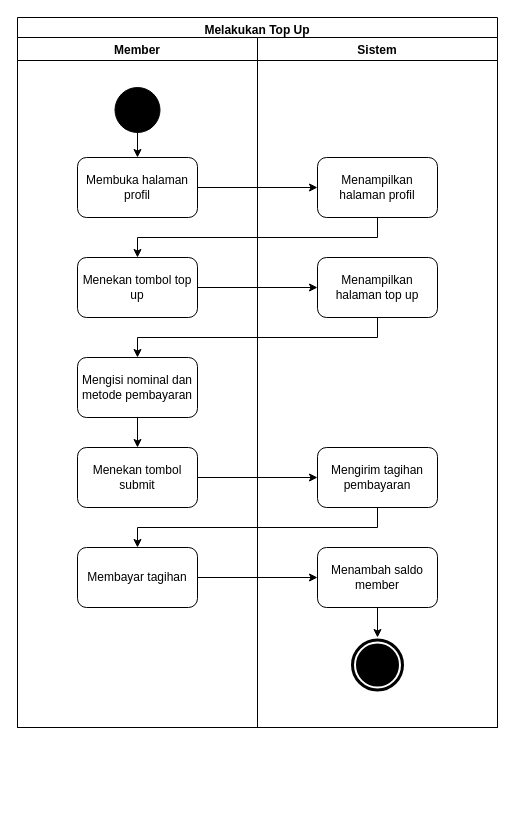
Earlier version of the draw.io diagram Diagram/Activity Diagram/14. melakukan withdrawal.drawio (techie-jhs/thesis). Source tidied: cells renumbered, new cells numbered last; positions are measured from the earlier drawing's top-left corner, leaving out a move shared by most shapes. Both pictures are drawn from the tidied source at 100%, with x=0, y=0 at pixel (17, 17).
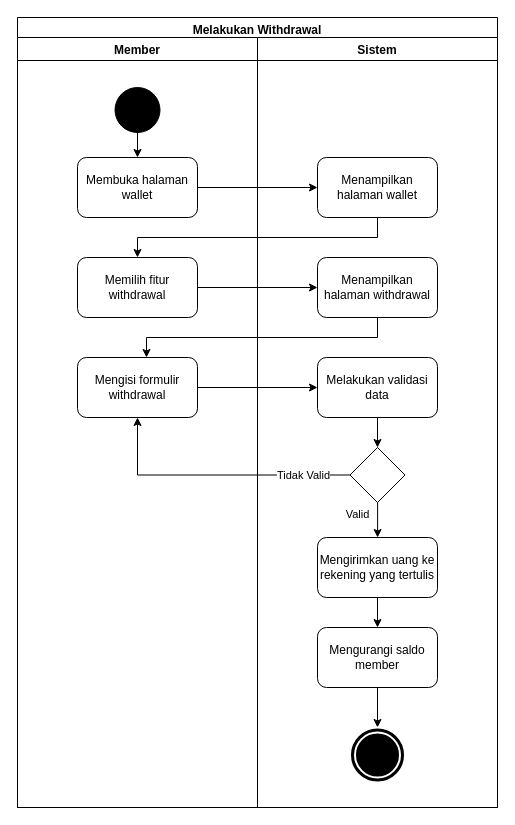
After the change.

Change to the diagram source:
```diff
@@
-    <mxCell id="2" value="Melakukan Top Up" style="swimlane;fillColor=none;" parent="1" vertex="1">
-      <mxGeometry width="480" height="710" as="geometry" />
+    <mxCell id="2" value="Melakukan Withdrawal" style="swimlane;fillColor=none;" parent="1" vertex="1">
+      <mxGeometry width="480" height="790" as="geometry" />
     </mxCell>
     <mxCell id="3" value="Member" style="swimlane;" parent="2" vertex="1">
-      <mxGeometry y="20" width="240" height="690" as="geometry" />
+      <mxGeometry y="20" width="240" height="770" as="geometry" />
     </mxCell>
@@
-    <mxCell id="6" value="Membuka halaman profil" style="rounded=1;whiteSpace=wrap;html=1;fillColor=none;" parent="3" vertex="1">
+    <mxCell id="6" value="Membuka halaman wallet" style="rounded=1;whiteSpace=wrap;html=1;fillColor=none;" parent="3" vertex="1">
       <mxGeometry x="60" y="120" width="120" height="60" as="geometry" />
     </mxCell>
-    <mxCell id="7" value="Menekan tombol top up" style="rounded=1;whiteSpace=wrap;html=1;fillColor=none;" parent="3" vertex="1">
+    <mxCell id="7" value="Memilih fitur withdrawal" style="rounded=1;whiteSpace=wrap;html=1;fillColor=none;" parent="3" vertex="1">
       <mxGeometry x="60" y="220" width="120" height="60" as="geometry" />
     </mxCell>
-    <mxCell id="8" style="edgeStyle=orthogonalEdgeStyle;rounded=0;jettySize=auto;html=1;" parent="3" edge="1" source="9" target="10">
-      <mxGeometry relative="1" as="geometry" />
-    </mxCell>
-    <mxCell id="9" value="Mengisi nominal dan metode pembayaran" style="rounded=1;whiteSpace=wrap;html=1;fillColor=none;" parent="3" vertex="1">
-      <mxGeometry x="60" y="320" width="120" height="60" as="geometry" />
-    </mxCell>
-    <mxCell id="10" value="Menekan tombol submit" style="rounded=1;whiteSpace=wrap;html=1;fillColor=none;" parent="3" vertex="1">
-      <mxGeometry x="60" y="410" width="120" height="60" as="geometry" />
-    </mxCell>
-    <mxCell id="11" value="Membayar tagihan" style="rounded=1;whiteSpace=wrap;html=1;fillColor=none;" parent="3" vertex="1">
-      <mxGeometry x="60" y="510" width="120" height="60" as="geometry" />
-    </mxCell>
+    <mxCell id="26" value="Mengisi formulir withdrawal" style="rounded=1;whiteSpace=wrap;html=1;fillColor=none;" parent="3" vertex="1">
+      <mxGeometry x="60" y="320" width="120" height="60" as="geometry" />
+    </mxCell>
     <mxCell id="12" value="Sistem" style="swimlane;" parent="2" vertex="1">
-      <mxGeometry x="240" y="20" width="240" height="690" as="geometry" />
+      <mxGeometry x="240" y="20" width="240" height="770" as="geometry" />
     </mxCell>
-    <mxCell id="13" value="Menampilkan halaman profil" style="rounded=1;whiteSpace=wrap;html=1;fillColor=none;" parent="12" vertex="1">
+    <mxCell id="13" value="Menampilkan halaman wallet" style="rounded=1;whiteSpace=wrap;html=1;fillColor=none;" parent="12" vertex="1">
       <mxGeometry x="60" y="120" width="120" height="60" as="geometry" />
     </mxCell>
-    <mxCell id="14" value="Mengirim tagihan pembayaran" style="rounded=1;whiteSpace=wrap;html=1;fillColor=none;" parent="12" vertex="1">
-      <mxGeometry x="60" y="410" width="120" height="60" as="geometry" />
-    </mxCell>
+    <mxCell id="16" value="Menampilkan halaman withdrawal" style="rounded=1;whiteSpace=wrap;html=1;fillColor=none;" parent="12" vertex="1">
+      <mxGeometry x="60" y="220" width="120" height="60" as="geometry" />
+    </mxCell>
+    <mxCell id="27" value="Melakukan validasi data" style="rounded=1;whiteSpace=wrap;html=1;fillColor=none;" parent="12" vertex="1">
+      <mxGeometry x="60" y="320" width="120" height="60" as="geometry" />
+    </mxCell>
+    <mxCell id="28" value="Valid" style="edgeStyle=orthogonalEdgeStyle;rounded=0;orthogonalLoop=1;jettySize=auto;html=1;" parent="12" edge="1">
+      <mxGeometry x="-0.33" y="-20" relative="1" as="geometry">
+        <mxPoint x="120.1" y="464.9" as="sourcePoint" />
+        <mxPoint x="120.1" y="500" as="targetPoint" />
+      </mxGeometry>
+    </mxCell>
+    <mxCell id="29" style="rhombus;whiteSpace=wrap;html=1;fillColor=none;" parent="12" vertex="1">
+      <mxGeometry x="92.5" y="410" width="55" height="55" as="geometry" />
+    </mxCell>
+    <mxCell id="30" style="edgeStyle=orthogonalEdgeStyle;rounded=0;jettySize=auto;html=1;" parent="12" edge="1" source="31" target="34">
+      <mxGeometry relative="1" as="geometry" />
+    </mxCell>
+    <mxCell id="31" value="Mengirimkan uang ke rekening yang tertulis" style="rounded=1;whiteSpace=wrap;html=1;fillColor=none;" parent="12" vertex="1">
+      <mxGeometry x="60" y="500" width="120" height="60" as="geometry" />
+    </mxCell>
+    <mxCell id="32" style="edgeStyle=orthogonalEdgeStyle;rounded=0;jettySize=auto;html=1;" parent="12" edge="1" source="27" target="29">
+      <mxGeometry relative="1" as="geometry" />
+    </mxCell>
+    <mxCell id="33" style="edgeStyle=orthogonalEdgeStyle;rounded=0;jettySize=auto;html=1;" parent="12" edge="1" source="34" target="15">
+      <mxGeometry relative="1" as="geometry" />
+    </mxCell>
+    <mxCell id="34" value="Mengurangi saldo member" style="rounded=1;whiteSpace=wrap;html=1;fillColor=none;" parent="12" vertex="1">
+      <mxGeometry x="60" y="590" width="120" height="60" as="geometry" />
+    </mxCell>
     <mxCell id="15" style="ellipse;shape=doubleEllipse;whiteSpace=wrap;html=1;fillColor=#000000;strokeColor=#FFFFFF;strokeWidth=2;" parent="12" vertex="1">
-      <mxGeometry x="92.5" y="600" width="55" height="55" as="geometry" />
+      <mxGeometry x="92.5" y="690" width="55" height="55" as="geometry" />
     </mxCell>
-    <mxCell id="16" value="Menampilkan halaman top up" style="rounded=1;whiteSpace=wrap;html=1;fillColor=none;" parent="12" vertex="1">
-      <mxGeometry x="60" y="220" width="120" height="60" as="geometry" />
-    </mxCell>
-    <mxCell id="17" style="edgeStyle=orthogonalEdgeStyle;rounded=0;jettySize=auto;html=1;" parent="12" edge="1" source="18" target="15">
-      <mxGeometry relative="1" as="geometry" />
-    </mxCell>
-    <mxCell id="18" value="Menambah saldo member" style="rounded=1;whiteSpace=wrap;html=1;fillColor=none;" parent="12" vertex="1">
-      <mxGeometry x="60" y="510" width="120" height="60" as="geometry" />
-    </mxCell>
@@
-    <mxCell id="22" style="edgeStyle=orthogonalEdgeStyle;rounded=0;jettySize=auto;html=1;" parent="2" edge="1" source="16" target="9">
-      <mxGeometry relative="1" as="geometry">
-        <Array as="points">
-          <mxPoint x="360" y="320" />
-          <mxPoint x="120" y="320" />
-        </Array>
-      </mxGeometry>
-    </mxCell>
-    <mxCell id="23" style="edgeStyle=orthogonalEdgeStyle;rounded=0;jettySize=auto;html=1;" parent="2" edge="1" source="10" target="14">
-      <mxGeometry relative="1" as="geometry" />
-    </mxCell>
-    <mxCell id="24" style="edgeStyle=orthogonalEdgeStyle;rounded=0;jettySize=auto;html=1;" parent="2" edge="1" source="14" target="11">
-      <mxGeometry relative="1" as="geometry">
-        <Array as="points">
-          <mxPoint x="360" y="510" />
-          <mxPoint x="120" y="510" />
-        </Array>
-      </mxGeometry>
-    </mxCell>
-    <mxCell id="25" style="edgeStyle=orthogonalEdgeStyle;rounded=0;jettySize=auto;html=1;" parent="2" edge="1" source="11" target="18">
-      <mxGeometry relative="1" as="geometry" />
-    </mxCell>
+    <mxCell id="35" style="edgeStyle=orthogonalEdgeStyle;rounded=0;jettySize=auto;html=1;exitX=0;exitY=0.5;exitDx=0;exitDy=0;entryX=0.5;entryY=1;entryDx=0;entryDy=0;" parent="2" edge="1" source="29" target="26">
+      <mxGeometry relative="1" as="geometry" />
+    </mxCell>
+    <mxCell id="36" value="Tidak Valid" style="edgeLabel;html=1;align=center;verticalAlign=middle;" parent="35" vertex="1">
+      <mxGeometry x="-0.51" relative="1" as="geometry">
+        <mxPoint x="19" as="offset" />
+      </mxGeometry>
+    </mxCell>
+    <mxCell id="37" style="edgeStyle=orthogonalEdgeStyle;rounded=0;jettySize=auto;html=1;entryX=0;entryY=0.5;entryDx=0;entryDy=0;" parent="2" edge="1" source="26" target="27">
+      <mxGeometry relative="1" as="geometry" />
+    </mxCell>
+    <mxCell id="38" style="edgeStyle=orthogonalEdgeStyle;rounded=0;jettySize=auto;html=1;" parent="2" edge="1" source="16" target="26">
+      <mxGeometry relative="1" as="geometry">
+        <Array as="points">
+          <mxPoint x="360" y="320" />
+          <mxPoint x="129" y="320" />
+        </Array>
+      </mxGeometry>
+    </mxCell>
```
